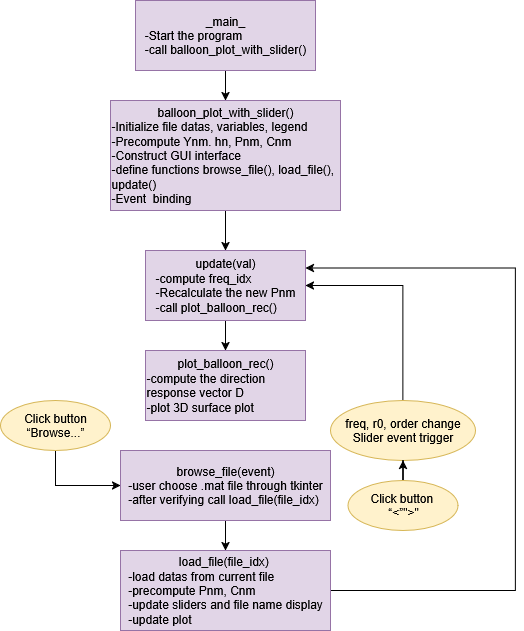
The draw.io diagram images/workflow.drawio.png in audiolabs/DEISM, before a commit. Source tidied: cells renumbered, new cells last; positions are measured from the earlier drawing's top-left corner, leaving out a move shared by most shapes. Source of this version:
```xml
<mxGraphModel>
  <root>
    <mxCell id="0" />
    <mxCell id="1" parent="0" />
    <mxCell id="2" style="edgeStyle=orthogonalEdgeStyle;rounded=0;jettySize=auto;html=1;" parent="1" edge="1" source="3" target="5">
      <mxGeometry relative="1" as="geometry" />
    </mxCell>
    <mxCell id="3" value="_main_&lt;br&gt;&lt;div align=&quot;left&quot;&gt;-Start the program&lt;br&gt;&lt;/div&gt;-call balloon_plot_with_slider()" style="rounded=0;whiteSpace=wrap;html=1;fillColor=#e1d5e7;strokeColor=#9673a6;" parent="1" vertex="1">
      <mxGeometry x="135" width="180" height="70" as="geometry" />
    </mxCell>
    <mxCell id="4" style="edgeStyle=orthogonalEdgeStyle;rounded=0;jettySize=auto;html=1;" parent="1" edge="1" source="5" target="7">
      <mxGeometry relative="1" as="geometry" />
    </mxCell>
    <mxCell id="5" value="balloon_plot_with_slider()&lt;br&gt;&lt;div align=&quot;left&quot;&gt;-Initialize file datas, variables, legend&lt;br&gt;-Precompute Ynm. hn, Pnm, Cnm&lt;br&gt;-Construct GUI interface&lt;br&gt;-define functions browse_file(), load_file(), update()&lt;br&gt;-Event&amp;nbsp; binding&lt;br&gt;&lt;/div&gt;" style="rounded=0;whiteSpace=wrap;html=1;fillColor=#e1d5e7;strokeColor=#9673a6;" parent="1" vertex="1">
      <mxGeometry x="110" y="100" width="230" height="110" as="geometry" />
    </mxCell>
    <mxCell id="6" style="edgeStyle=orthogonalEdgeStyle;rounded=0;jettySize=auto;html=1;" parent="1" edge="1" source="7" target="8">
      <mxGeometry relative="1" as="geometry" />
    </mxCell>
    <mxCell id="7" value="update(val)&lt;br&gt;&lt;div align=&quot;left&quot;&gt;-compute freq_idx&lt;br&gt;-Recalculate the new Pnm&lt;br&gt;-call plot_balloon_rec()&lt;/div&gt;" style="rounded=0;whiteSpace=wrap;html=1;fillColor=#e1d5e7;strokeColor=#9673a6;" parent="1" vertex="1">
      <mxGeometry x="145" y="250" width="160" height="70" as="geometry" />
    </mxCell>
    <mxCell id="8" value="plot_balloon_rec()&lt;br&gt;&lt;div align=&quot;left&quot;&gt;-compute the direction response vector D&lt;br&gt;-plot 3D surface plot&lt;/div&gt;" style="rounded=0;whiteSpace=wrap;html=1;fillColor=#e1d5e7;strokeColor=#9673a6;" parent="1" vertex="1">
      <mxGeometry x="145" y="350" width="160" height="70" as="geometry" />
    </mxCell>
    <mxCell id="9" style="edgeStyle=orthogonalEdgeStyle;rounded=0;jettySize=auto;html=1;" parent="1" edge="1" source="10" target="12">
      <mxGeometry relative="1" as="geometry" />
    </mxCell>
    <mxCell id="10" value="browse_file(event)&lt;br&gt;&lt;div align=&quot;left&quot;&gt;-user choose .mat file through tkinter&lt;br&gt;-after verifying call load_file(file_idx)&lt;/div&gt;" style="rounded=0;whiteSpace=wrap;html=1;fillColor=#e1d5e7;strokeColor=#9673a6;" parent="1" vertex="1">
      <mxGeometry x="120" y="450" width="210" height="70" as="geometry" />
    </mxCell>
    <mxCell id="11" style="edgeStyle=orthogonalEdgeStyle;rounded=0;jettySize=auto;html=1;exitX=1;exitY=0.5;exitDx=0;exitDy=0;entryX=1;entryY=0.25;entryDx=0;entryDy=0;" parent="1" edge="1" source="12" target="7">
      <mxGeometry relative="1" as="geometry">
        <Array as="points">
          <mxPoint x="515" y="590" />
          <mxPoint x="515" y="268" />
        </Array>
      </mxGeometry>
    </mxCell>
    <mxCell id="12" value="load_file(file_idx)&amp;nbsp;&lt;br&gt;&lt;div align=&quot;left&quot;&gt;-load datas from current file&lt;br&gt;-precompute Pnm, Cnm&lt;br&gt;-update sliders and file name display&lt;br&gt;-update plot&lt;/div&gt;" style="rounded=0;whiteSpace=wrap;html=1;fillColor=#e1d5e7;strokeColor=#9673a6;" parent="1" vertex="1">
      <mxGeometry x="120" y="550" width="210" height="80" as="geometry" />
    </mxCell>
    <mxCell id="13" style="edgeStyle=orthogonalEdgeStyle;rounded=0;jettySize=auto;html=1;entryX=0;entryY=0.5;entryDx=0;entryDy=0;" parent="1" edge="1" source="14" target="10">
      <mxGeometry relative="1" as="geometry">
        <Array as="points">
          <mxPoint x="55" y="485" />
        </Array>
      </mxGeometry>
    </mxCell>
    <mxCell id="14" value="Click button “Browse...”" style="ellipse;whiteSpace=wrap;html=1;fillColor=#fff2cc;strokeColor=#d6b656;" parent="1" vertex="1">
      <mxGeometry y="400" width="110" height="50" as="geometry" />
    </mxCell>
    <mxCell id="15" style="edgeStyle=orthogonalEdgeStyle;rounded=0;jettySize=auto;html=1;exitX=0.5;exitY=0;exitDx=0;exitDy=0;entryX=1;entryY=0.5;entryDx=0;entryDy=0;" parent="1" edge="1" source="16" target="7">
      <mxGeometry relative="1" as="geometry" />
    </mxCell>
    <mxCell id="16" value="&lt;div&gt;freq, r0, order change&lt;/div&gt;&lt;div&gt;Slider event trigger&lt;/div&gt;" style="ellipse;whiteSpace=wrap;html=1;fillColor=#fff2cc;strokeColor=#d6b656;" parent="1" vertex="1">
      <mxGeometry x="330" y="400" width="145" height="60" as="geometry" />
    </mxCell>
    <mxCell id="17" style="edgeStyle=orthogonalEdgeStyle;rounded=0;jettySize=auto;html=1;" parent="1" edge="1" source="18" target="16">
      <mxGeometry relative="1" as="geometry" />
    </mxCell>
    <mxCell id="18" value="&lt;div&gt;Click button&amp;nbsp;&lt;/div&gt;&lt;div&gt;“&amp;lt;”&quot;&amp;gt;&quot;&lt;/div&gt;" style="ellipse;whiteSpace=wrap;html=1;fillColor=#fff2cc;strokeColor=#d6b656;" parent="1" vertex="1">
      <mxGeometry x="347.5" y="480" width="110" height="50" as="geometry" />
    </mxCell>
  </root>
</mxGraphModel>
```
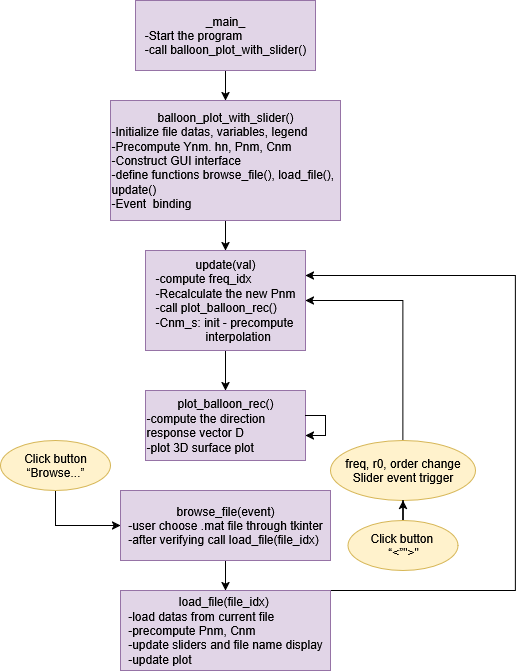
The same file after the commit.

The edit, as a diff of the source:
```diff
@@ -6,19 +6,19 @@
       <mxGeometry relative="1" as="geometry" />
     </mxCell>
     <mxCell id="3" value="_main_&lt;br&gt;&lt;div align=&quot;left&quot;&gt;-Start the program&lt;br&gt;&lt;/div&gt;-call balloon_plot_with_slider()" style="rounded=0;whiteSpace=wrap;html=1;fillColor=#e1d5e7;strokeColor=#9673a6;" parent="1" vertex="1">
-      <mxGeometry x="135" width="180" height="70" as="geometry" />
+      <mxGeometry x="135" y="-40" width="180" height="70" as="geometry" />
     </mxCell>
     <mxCell id="4" style="edgeStyle=orthogonalEdgeStyle;rounded=0;jettySize=auto;html=1;" parent="1" edge="1" source="5" target="7">
       <mxGeometry relative="1" as="geometry" />
     </mxCell>
     <mxCell id="5" value="balloon_plot_with_slider()&lt;br&gt;&lt;div align=&quot;left&quot;&gt;-Initialize file datas, variables, legend&lt;br&gt;-Precompute Ynm. hn, Pnm, Cnm&lt;br&gt;-Construct GUI interface&lt;br&gt;-define functions browse_file(), load_file(), update()&lt;br&gt;-Event&amp;nbsp; binding&lt;br&gt;&lt;/div&gt;" style="rounded=0;whiteSpace=wrap;html=1;fillColor=#e1d5e7;strokeColor=#9673a6;" parent="1" vertex="1">
-      <mxGeometry x="110" y="100" width="230" height="110" as="geometry" />
+      <mxGeometry x="110" y="60" width="230" height="120" as="geometry" />
     </mxCell>
     <mxCell id="6" style="edgeStyle=orthogonalEdgeStyle;rounded=0;jettySize=auto;html=1;" parent="1" edge="1" source="7" target="8">
       <mxGeometry relative="1" as="geometry" />
     </mxCell>
-    <mxCell id="7" value="update(val)&lt;br&gt;&lt;div align=&quot;left&quot;&gt;-compute freq_idx&lt;br&gt;-Recalculate the new Pnm&lt;br&gt;-call plot_balloon_rec()&lt;/div&gt;" style="rounded=0;whiteSpace=wrap;html=1;fillColor=#e1d5e7;strokeColor=#9673a6;" parent="1" vertex="1">
-      <mxGeometry x="145" y="250" width="160" height="70" as="geometry" />
+    <mxCell id="7" value="update(val)&lt;br&gt;&lt;div align=&quot;left&quot;&gt;-compute freq_idx&lt;br&gt;-Recalculate the new Pnm&lt;br&gt;-call plot_balloon_rec()&lt;/div&gt;&lt;div align=&quot;left&quot;&gt;-Cnm_s: init - precompute&lt;/div&gt;&lt;div align=&quot;left&quot;&gt;&lt;span style=&quot;white-space: pre;&quot;&gt;&#9;&lt;/span&gt;&amp;nbsp; &amp;nbsp; &amp;nbsp; &amp;nbsp;interpolation&lt;/div&gt;" style="rounded=0;whiteSpace=wrap;html=1;fillColor=#e1d5e7;strokeColor=#9673a6;" parent="1" vertex="1">
+      <mxGeometry x="145" y="210" width="160" height="100" as="geometry" />
     </mxCell>
     <mxCell id="8" value="plot_balloon_rec()&lt;br&gt;&lt;div align=&quot;left&quot;&gt;-compute the direction response vector D&lt;br&gt;-plot 3D surface plot&lt;/div&gt;" style="rounded=0;whiteSpace=wrap;html=1;fillColor=#e1d5e7;strokeColor=#9673a6;" parent="1" vertex="1">
       <mxGeometry x="145" y="350" width="160" height="70" as="geometry" />
@@ -32,8 +32,9 @@
     <mxCell id="11" style="edgeStyle=orthogonalEdgeStyle;rounded=0;jettySize=auto;html=1;exitX=1;exitY=0.5;exitDx=0;exitDy=0;entryX=1;entryY=0.25;entryDx=0;entryDy=0;" parent="1" edge="1" source="12" target="7">
       <mxGeometry relative="1" as="geometry">
         <Array as="points">
-          <mxPoint x="515" y="590" />
-          <mxPoint x="515" y="268" />
+          <mxPoint x="330" y="550" />
+          <mxPoint x="515" y="550" />
+          <mxPoint x="515" y="235" />
         </Array>
       </mxGeometry>
     </mxCell>
@@ -62,5 +63,8 @@
     <mxCell id="18" value="&lt;div&gt;Click button&amp;nbsp;&lt;/div&gt;&lt;div&gt;“&amp;lt;”&quot;&amp;gt;&quot;&lt;/div&gt;" style="ellipse;whiteSpace=wrap;html=1;fillColor=#fff2cc;strokeColor=#d6b656;" parent="1" vertex="1">
       <mxGeometry x="347.5" y="480" width="110" height="50" as="geometry" />
     </mxCell>
+    <mxCell id="19" style="edgeStyle=orthogonalEdgeStyle;rounded=0;orthogonalLoop=1;jettySize=auto;html=1;" parent="1" edge="1" source="8" target="8">
+      <mxGeometry relative="1" as="geometry" />
+    </mxCell>
   </root>
 </mxGraphModel>
```
